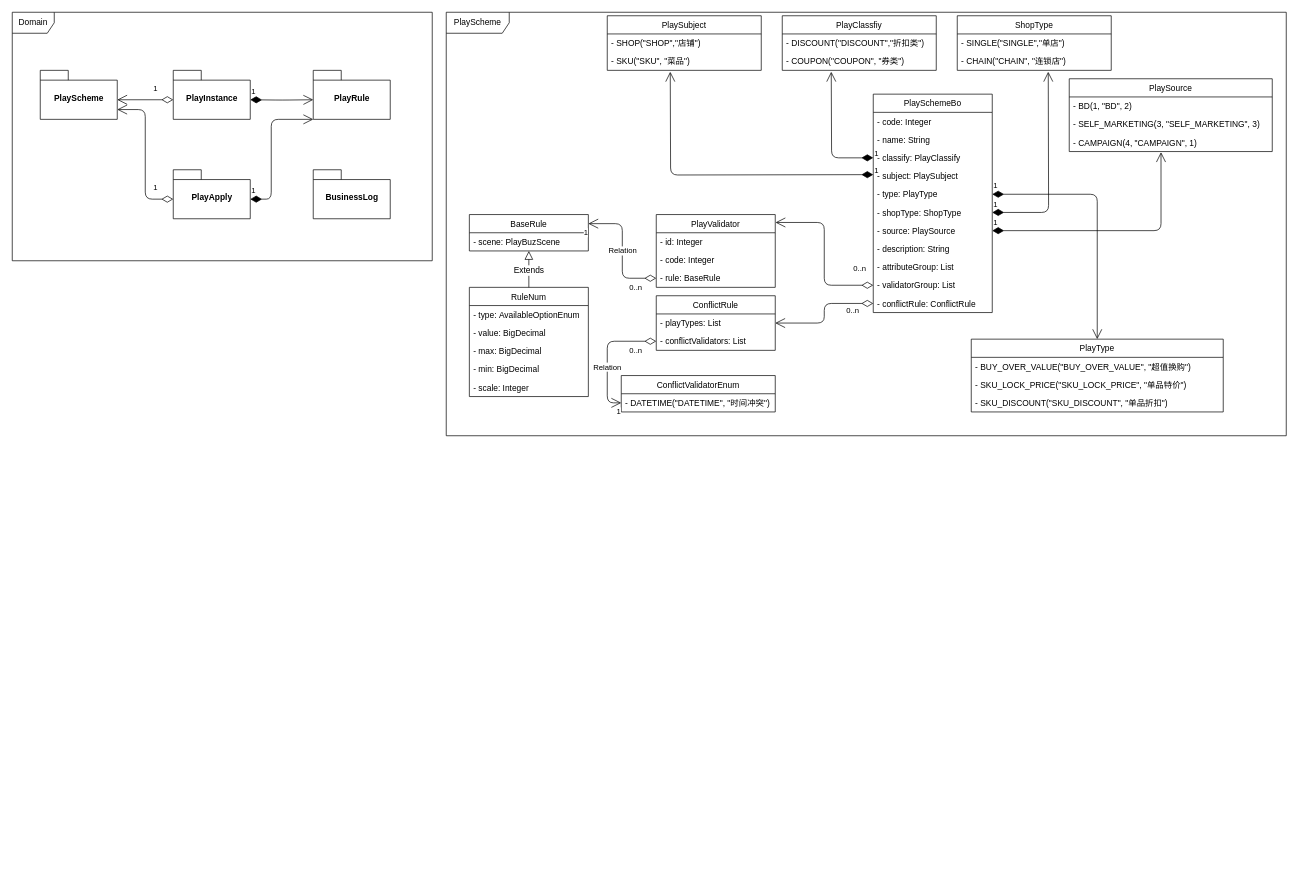
jon-kong/draw.io keeps this draw.io diagram as page "领域模型（详细）" (8 of 8) of 营销玩法系统架构.drawio. Above is the earlier version. Source tidied: cells renumbered, new cells numbered last; positions are measured from the earlier drawing's top-left corner, leaving out a move shared by most shapes. Both pictures are drawn from the tidied source at 70%, with x=0, y=0 at pixel (12, 12).
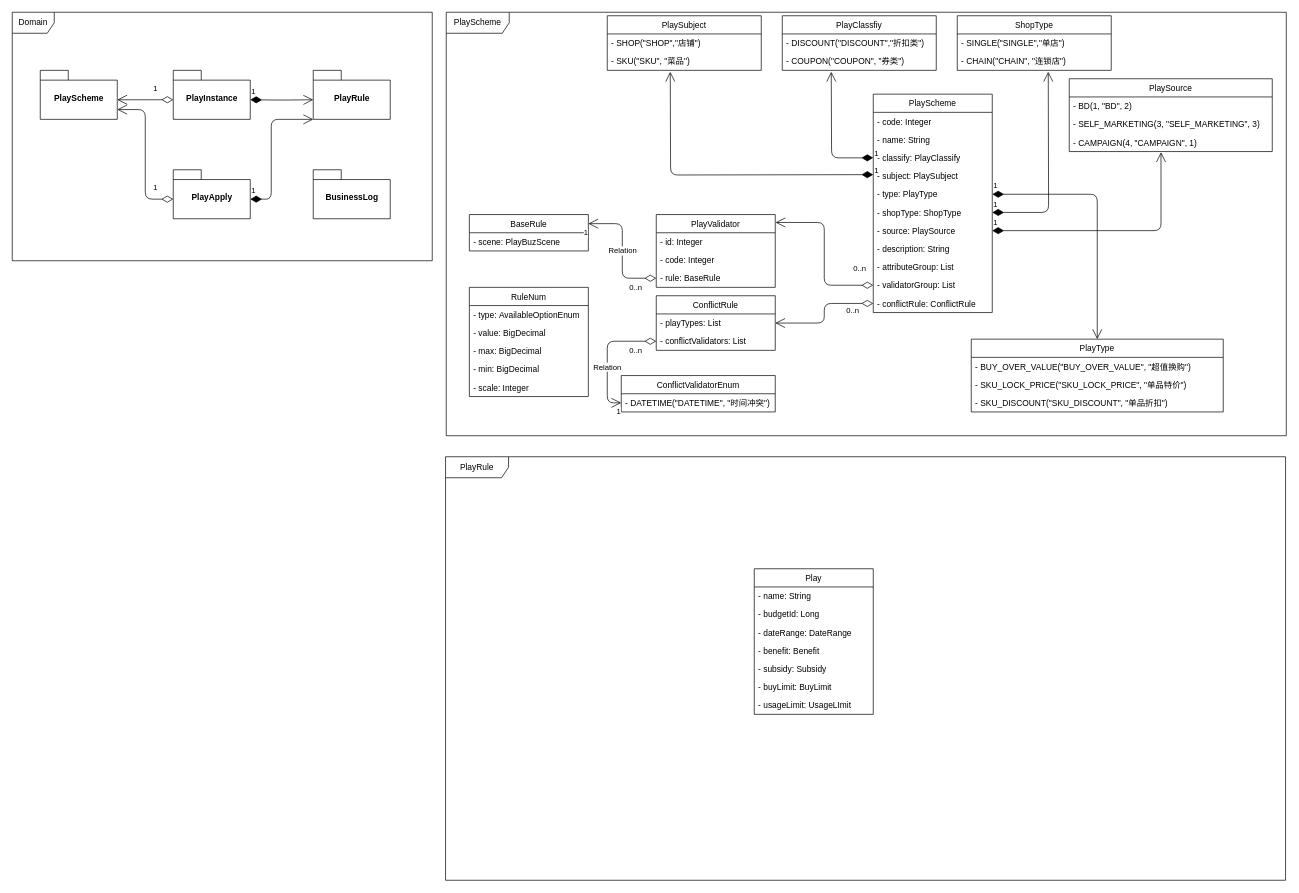
After the change.

Commit message:
Update 营销玩法系统架构.drawio

Unchanged cells that the change refers to:
```xml
<mxCell id="41" value="RuleNum" style="swimlane;fontStyle=0;horizontal=1;startSize=26;fillColor=none;fontColor=#000000;verticalAlign=top;" parent="1" vertex="1">
  <mxGeometry x="653" y="393" width="170" height="156" as="geometry" />
</mxCell>
<mxCell id="48" value="- scene: PlayBuzScene" style="text;strokeColor=none;fillColor=none;align=left;verticalAlign=top;spacingLeft=4;spacingRight=4;overflow=hidden;points=[[0,0.5],[1,0.5]];portConstraint=eastwest;" parent="47" vertex="1">
  <mxGeometry y="26" width="170" height="26" as="geometry" />
</mxCell>
```

Diff of the diagram source:
```diff
@@
-    <mxCell id="3" value="PlaySchemeBo" style="swimlane;fontStyle=0;horizontal=1;startSize=26;fillColor=none;fontColor=#000000;verticalAlign=top;" parent="1" vertex="1">
+    <mxCell id="3" value="PlayScheme" style="swimlane;fontStyle=0;horizontal=1;startSize=26;fillColor=none;fontColor=#000000;verticalAlign=top;" parent="1" vertex="1">
       <mxGeometry x="1230" y="117" width="170" height="312" as="geometry" />
     </mxCell>
@@
-    <mxCell id="49" value="&lt;font style=&quot;font-size: 12px&quot;&gt;Extends&lt;/font&gt;" style="endArrow=block;endSize=10;endFill=0;html=1;exitX=0.5;exitY=0;exitDx=0;exitDy=0;" parent="1" edge="1" source="41" target="48">
-      <mxGeometry x="-0.08" relative="1" as="geometry" />
-    </mxCell>
@@
+    <mxCell id="73" value="PlayRule" style="shape=umlFrame;whiteSpace=wrap;html=1;width=90;height=30;" parent="1" vertex="1">
+      <mxGeometry x="619" y="635" width="1200" height="605" as="geometry" />
+    </mxCell>
+    <mxCell id="74" value="Play" style="swimlane;fontStyle=0;horizontal=1;startSize=26;fillColor=none;fontColor=#000000;verticalAlign=top;" parent="1" vertex="1">
+      <mxGeometry x="1060" y="795" width="170" height="208" as="geometry" />
+    </mxCell>
+    <mxCell id="75" value="- name: String" style="text;strokeColor=none;fillColor=none;align=left;verticalAlign=top;spacingLeft=4;spacingRight=4;overflow=hidden;" parent="74" vertex="1">
+      <mxGeometry y="26" width="170" height="26" as="geometry" />
+    </mxCell>
+    <mxCell id="76" value="- budgetId: Long" style="text;strokeColor=none;fillColor=none;align=left;verticalAlign=top;spacingLeft=4;spacingRight=4;overflow=hidden;" parent="74" vertex="1">
+      <mxGeometry y="52" width="170" height="26" as="geometry" />
+    </mxCell>
+    <mxCell id="77" value="- dateRange: DateRange&#10;" style="text;strokeColor=none;fillColor=none;align=left;verticalAlign=top;spacingLeft=4;spacingRight=4;overflow=hidden;" parent="74" vertex="1">
+      <mxGeometry y="78" width="170" height="26" as="geometry" />
+    </mxCell>
+    <mxCell id="78" value="- benefit: Benefit&#10;" style="text;strokeColor=none;fillColor=none;align=left;verticalAlign=top;spacingLeft=4;spacingRight=4;overflow=hidden;" parent="74" vertex="1">
+      <mxGeometry y="104" width="170" height="26" as="geometry" />
+    </mxCell>
+    <mxCell id="79" value="- subsidy: Subsidy&#10;" style="text;strokeColor=none;fillColor=none;align=left;verticalAlign=top;spacingLeft=4;spacingRight=4;overflow=hidden;" parent="74" vertex="1">
+      <mxGeometry y="130" width="170" height="26" as="geometry" />
+    </mxCell>
+    <mxCell id="80" value="- buyLimit: BuyLimit&#10;" style="text;strokeColor=none;fillColor=none;align=left;verticalAlign=top;spacingLeft=4;spacingRight=4;overflow=hidden;" parent="74" vertex="1">
+      <mxGeometry y="156" width="170" height="26" as="geometry" />
+    </mxCell>
+    <mxCell id="81" value="- usageLimit: UsageLImit&#10;" style="text;strokeColor=none;fillColor=none;align=left;verticalAlign=top;spacingLeft=4;spacingRight=4;overflow=hidden;" parent="74" vertex="1">
+      <mxGeometry y="182" width="170" height="26" as="geometry" />
+    </mxCell>
```
